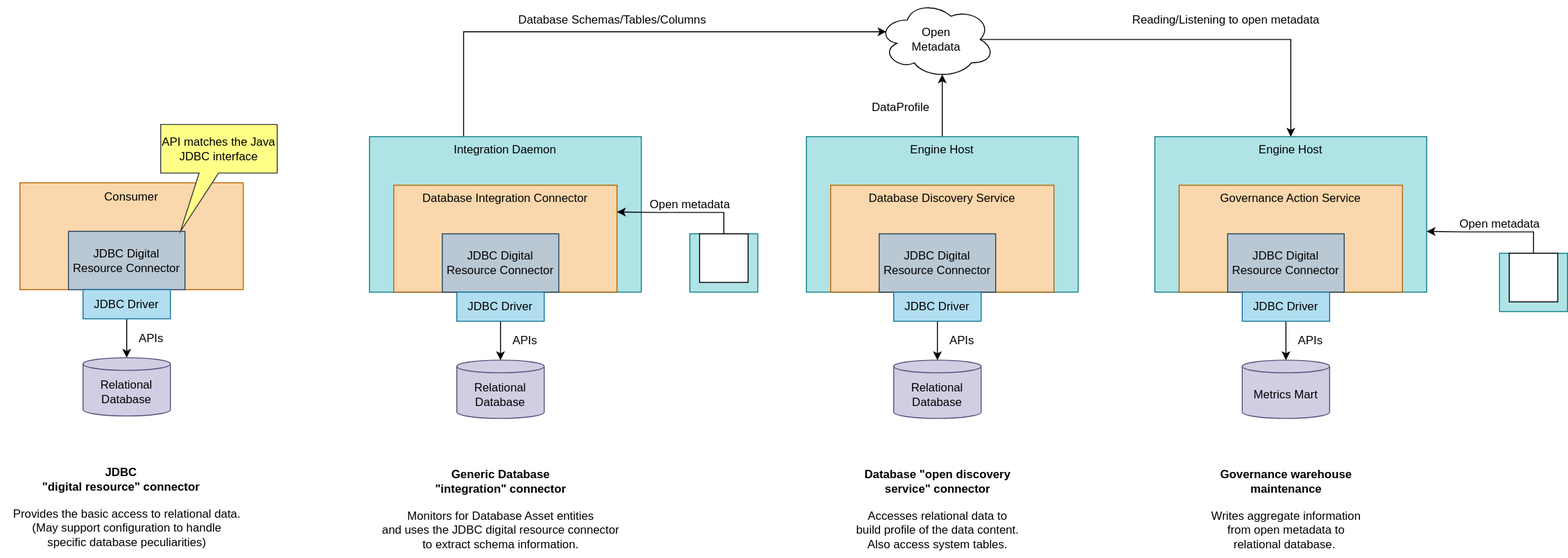
Earlier version of the draw.io export site/docs/connectors/jdbc-connectors.svg (odpi/egeria-docs). Source tidied: cells renumbered, new cells last; positions are measured from the earlier drawing's top-left corner, leaving out a move shared by most shapes. Source of this version:
```xml
<mxGraphModel>
  <root>
    <mxCell id="0" />
    <mxCell id="1" parent="0" />
    <mxCell id="2" style="edgeStyle=orthogonalEdgeStyle;rounded=0;jettySize=auto;html=1;entryX=0.07;entryY=0.4;entryDx=0;entryDy=0;entryPerimeter=0;" parent="1" edge="1" source="3" target="40">
      <mxGeometry relative="1" as="geometry">
        <Array as="points">
          <mxPoint x="477" y="32" />
        </Array>
      </mxGeometry>
    </mxCell>
    <mxCell id="3" value="Integration Daemon" style="rounded=0;whiteSpace=wrap;html=1;fillColor=#b0e3e6;strokeColor=#0e8088;verticalAlign=top;" parent="1" vertex="1">
      <mxGeometry x="380" y="140" width="280" height="160" as="geometry" />
    </mxCell>
    <mxCell id="4" value="Database Integration Connector" style="rounded=0;whiteSpace=wrap;html=1;verticalAlign=top;fillColor=#fad7ac;strokeColor=#b46504;" parent="1" vertex="1">
      <mxGeometry x="405" y="190" width="230" height="110" as="geometry" />
    </mxCell>
    <mxCell id="5" value="JDBC Digital Resource Connector" style="rounded=0;whiteSpace=wrap;html=1;fillColor=#bac8d3;strokeColor=#23445d;verticalAlign=middle;" parent="1" vertex="1">
      <mxGeometry x="455" y="240" width="120" height="60" as="geometry" />
    </mxCell>
    <mxCell id="6" value="Generic Database&lt;br&gt;&quot;integration&quot; connector" style="text;html=1;align=center;verticalAlign=middle;strokeColor=none;fillColor=none;fontStyle=1;" parent="1" vertex="1">
      <mxGeometry x="440" y="480" width="150" height="30" as="geometry" />
    </mxCell>
    <mxCell id="7" value="APIs" style="text;html=1;align=center;verticalAlign=middle;strokeColor=none;fillColor=none;" parent="1" vertex="1">
      <mxGeometry x="520" y="340" width="40" height="20" as="geometry" />
    </mxCell>
    <mxCell id="8" style="edgeStyle=orthogonalEdgeStyle;rounded=0;jettySize=auto;html=1;exitX=0.5;exitY=1;exitDx=0;exitDy=0;entryX=0.5;entryY=0;entryDx=0;entryDy=0;entryPerimeter=0;" parent="1" edge="1" source="9" target="10">
      <mxGeometry relative="1" as="geometry" />
    </mxCell>
    <mxCell id="9" value="JDBC Driver" style="rounded=0;whiteSpace=wrap;html=1;fillColor=#b1ddf0;strokeColor=#10739e;" parent="1" vertex="1">
      <mxGeometry x="470" y="300" width="90" height="30" as="geometry" />
    </mxCell>
    <mxCell id="10" value="Relational&lt;br&gt;Database" style="shape=cylinder3;whiteSpace=wrap;html=1;boundedLbl=1;backgroundOutline=1;size=6.5;fillColor=#d0cee2;strokeColor=#56517e;" parent="1" vertex="1">
      <mxGeometry x="470" y="370" width="90" height="60" as="geometry" />
    </mxCell>
    <mxCell id="11" style="edgeStyle=orthogonalEdgeStyle;rounded=0;jettySize=auto;html=1;entryX=1;entryY=0.25;entryDx=0;entryDy=0;" parent="1" edge="1" source="12" target="4">
      <mxGeometry relative="1" as="geometry">
        <Array as="points">
          <mxPoint x="745" y="218" />
          <mxPoint x="673" y="218" />
        </Array>
      </mxGeometry>
    </mxCell>
    <mxCell id="12" style="rounded=0;whiteSpace=wrap;html=1;fillColor=#b0e3e6;strokeColor=#0e8088;" parent="1" vertex="1">
      <mxGeometry x="710" y="240" width="70" height="60" as="geometry" />
    </mxCell>
    <mxCell id="13" style="rounded=0;whiteSpace=wrap;html=1;" parent="1" vertex="1">
      <mxGeometry x="720" y="240" width="50" height="50" as="geometry" />
    </mxCell>
    <mxCell id="14" value="Monitors for Database Asset entities&lt;br&gt;and uses the JDBC digital resource connector&lt;br&gt;to extract schema information." style="text;html=1;align=center;verticalAlign=middle;strokeColor=none;fillColor=none;" parent="1" vertex="1">
      <mxGeometry x="385" y="520" width="260" height="50" as="geometry" />
    </mxCell>
    <mxCell id="15" value="Open metadata" style="text;html=1;align=center;verticalAlign=middle;strokeColor=none;fillColor=none;" parent="1" vertex="1">
      <mxGeometry x="660" y="200" width="100" height="20" as="geometry" />
    </mxCell>
    <mxCell id="16" style="edgeStyle=orthogonalEdgeStyle;rounded=0;jettySize=auto;html=1;entryX=0.55;entryY=0.95;entryDx=0;entryDy=0;entryPerimeter=0;" parent="1" edge="1" source="17" target="40">
      <mxGeometry relative="1" as="geometry" />
    </mxCell>
    <mxCell id="17" value="Engine Host" style="rounded=0;whiteSpace=wrap;html=1;fillColor=#b0e3e6;strokeColor=#0e8088;verticalAlign=top;" parent="1" vertex="1">
      <mxGeometry x="830" y="140" width="280" height="160" as="geometry" />
    </mxCell>
    <mxCell id="18" value="Database Discovery Service" style="rounded=0;whiteSpace=wrap;html=1;verticalAlign=top;fillColor=#fad7ac;strokeColor=#b46504;" parent="1" vertex="1">
      <mxGeometry x="855" y="190" width="230" height="110" as="geometry" />
    </mxCell>
    <mxCell id="19" value="JDBC Digital Resource Connector" style="rounded=0;whiteSpace=wrap;html=1;fillColor=#bac8d3;strokeColor=#23445d;verticalAlign=middle;" parent="1" vertex="1">
      <mxGeometry x="905" y="240" width="120" height="60" as="geometry" />
    </mxCell>
    <mxCell id="20" value="Database &quot;open discovery&lt;br&gt;service&quot; connector" style="text;html=1;align=center;verticalAlign=middle;strokeColor=none;fillColor=none;fontStyle=1;" parent="1" vertex="1">
      <mxGeometry x="880" y="480" width="170" height="30" as="geometry" />
    </mxCell>
    <mxCell id="21" value="APIs" style="text;html=1;align=center;verticalAlign=middle;strokeColor=none;fillColor=none;" parent="1" vertex="1">
      <mxGeometry x="970" y="340" width="40" height="20" as="geometry" />
    </mxCell>
    <mxCell id="22" style="edgeStyle=orthogonalEdgeStyle;rounded=0;jettySize=auto;html=1;exitX=0.5;exitY=1;exitDx=0;exitDy=0;entryX=0.5;entryY=0;entryDx=0;entryDy=0;entryPerimeter=0;" parent="1" edge="1" source="23" target="24">
      <mxGeometry relative="1" as="geometry" />
    </mxCell>
    <mxCell id="23" value="JDBC Driver" style="rounded=0;whiteSpace=wrap;html=1;fillColor=#b1ddf0;strokeColor=#10739e;" parent="1" vertex="1">
      <mxGeometry x="920" y="300" width="90" height="30" as="geometry" />
    </mxCell>
    <mxCell id="24" value="Relational&lt;br&gt;Database" style="shape=cylinder3;whiteSpace=wrap;html=1;boundedLbl=1;backgroundOutline=1;size=6.5;fillColor=#d0cee2;strokeColor=#56517e;" parent="1" vertex="1">
      <mxGeometry x="920" y="370" width="90" height="60" as="geometry" />
    </mxCell>
    <mxCell id="25" value="Accesses relational data to&lt;br&gt;build profile of the data content.&lt;br&gt;Also access system tables." style="text;html=1;align=center;verticalAlign=middle;strokeColor=none;fillColor=none;" parent="1" vertex="1">
      <mxGeometry x="875" y="520" width="180" height="50" as="geometry" />
    </mxCell>
    <mxCell id="26" value="Engine Host" style="rounded=0;whiteSpace=wrap;html=1;fillColor=#b0e3e6;strokeColor=#0e8088;verticalAlign=top;" parent="1" vertex="1">
      <mxGeometry x="1189" y="140" width="280" height="160" as="geometry" />
    </mxCell>
    <mxCell id="27" value="Governance Action Service" style="rounded=0;whiteSpace=wrap;html=1;verticalAlign=top;fillColor=#fad7ac;strokeColor=#b46504;" parent="1" vertex="1">
      <mxGeometry x="1214" y="190" width="230" height="110" as="geometry" />
    </mxCell>
    <mxCell id="28" value="JDBC Digital Resource Connector" style="rounded=0;whiteSpace=wrap;html=1;fillColor=#bac8d3;strokeColor=#23445d;verticalAlign=middle;" parent="1" vertex="1">
      <mxGeometry x="1264" y="240" width="120" height="60" as="geometry" />
    </mxCell>
    <mxCell id="29" value="Governance warehouse&lt;br&gt;maintenance" style="text;html=1;align=center;verticalAlign=middle;strokeColor=none;fillColor=none;fontStyle=1;" parent="1" vertex="1">
      <mxGeometry x="1249" y="480" width="150" height="30" as="geometry" />
    </mxCell>
    <mxCell id="30" value="APIs" style="text;html=1;align=center;verticalAlign=middle;strokeColor=none;fillColor=none;" parent="1" vertex="1">
      <mxGeometry x="1329" y="340" width="40" height="20" as="geometry" />
    </mxCell>
    <mxCell id="31" style="edgeStyle=orthogonalEdgeStyle;rounded=0;jettySize=auto;html=1;exitX=0.5;exitY=1;exitDx=0;exitDy=0;entryX=0.5;entryY=0;entryDx=0;entryDy=0;entryPerimeter=0;" parent="1" edge="1" source="32" target="33">
      <mxGeometry relative="1" as="geometry" />
    </mxCell>
    <mxCell id="32" value="JDBC Driver" style="rounded=0;whiteSpace=wrap;html=1;fillColor=#b1ddf0;strokeColor=#10739e;" parent="1" vertex="1">
      <mxGeometry x="1279" y="300" width="90" height="30" as="geometry" />
    </mxCell>
    <mxCell id="33" value="Metrics Mart" style="shape=cylinder3;whiteSpace=wrap;html=1;boundedLbl=1;backgroundOutline=1;size=6.5;fillColor=#d0cee2;strokeColor=#56517e;" parent="1" vertex="1">
      <mxGeometry x="1279" y="370" width="90" height="60" as="geometry" />
    </mxCell>
    <mxCell id="34" value="Writes aggregate information&lt;br&gt;from open metadata to&lt;br&gt;relational database.&amp;nbsp;" style="text;html=1;align=center;verticalAlign=middle;strokeColor=none;fillColor=none;" parent="1" vertex="1">
      <mxGeometry x="1239" y="520" width="170" height="50" as="geometry" />
    </mxCell>
    <mxCell id="35" style="edgeStyle=orthogonalEdgeStyle;rounded=0;jettySize=auto;html=1;entryX=1;entryY=0.25;entryDx=0;entryDy=0;" parent="1" edge="1" source="36">
      <mxGeometry relative="1" as="geometry">
        <mxPoint x="1469" y="237.5" as="targetPoint" />
        <Array as="points">
          <mxPoint x="1579" y="238" />
          <mxPoint x="1507" y="238" />
        </Array>
      </mxGeometry>
    </mxCell>
    <mxCell id="36" style="rounded=0;whiteSpace=wrap;html=1;fillColor=#b0e3e6;strokeColor=#0e8088;" parent="1" vertex="1">
      <mxGeometry x="1544" y="260" width="70" height="60" as="geometry" />
    </mxCell>
    <mxCell id="37" style="rounded=0;whiteSpace=wrap;html=1;" parent="1" vertex="1">
      <mxGeometry x="1554" y="260" width="50" height="50" as="geometry" />
    </mxCell>
    <mxCell id="38" value="Open metadata" style="text;html=1;align=center;verticalAlign=middle;strokeColor=none;fillColor=none;" parent="1" vertex="1">
      <mxGeometry x="1494" y="220" width="100" height="20" as="geometry" />
    </mxCell>
    <mxCell id="39" style="edgeStyle=orthogonalEdgeStyle;rounded=0;jettySize=auto;html=1;exitX=0.875;exitY=0.5;exitDx=0;exitDy=0;exitPerimeter=0;" parent="1" edge="1" source="40" target="26">
      <mxGeometry relative="1" as="geometry" />
    </mxCell>
    <mxCell id="40" value="Open&lt;br&gt;Metadata" style="ellipse;shape=cloud;whiteSpace=wrap;html=1;" parent="1" vertex="1">
      <mxGeometry x="904" width="120" height="80" as="geometry" />
    </mxCell>
    <mxCell id="41" value="Database Schemas/Tables/Columns" style="text;html=1;align=center;verticalAlign=middle;strokeColor=none;fillColor=none;" parent="1" vertex="1">
      <mxGeometry x="525" y="10" width="210" height="20" as="geometry" />
    </mxCell>
    <mxCell id="42" value="DataProfile" style="text;html=1;align=center;verticalAlign=middle;strokeColor=none;fillColor=none;" parent="1" vertex="1">
      <mxGeometry x="892" y="100" width="70" height="20" as="geometry" />
    </mxCell>
    <mxCell id="43" value="Reading/Listening to open metadata" style="text;html=1;align=center;verticalAlign=middle;strokeColor=none;fillColor=none;" parent="1" vertex="1">
      <mxGeometry x="1157" y="10" width="210" height="20" as="geometry" />
    </mxCell>
    <mxCell id="44" value="Consumer" style="rounded=0;whiteSpace=wrap;html=1;verticalAlign=top;fillColor=#fad7ac;strokeColor=#b46504;" parent="1" vertex="1">
      <mxGeometry x="20" y="187.5" width="230" height="110" as="geometry" />
    </mxCell>
    <mxCell id="45" value="JDBC Digital Resource Connector" style="rounded=0;whiteSpace=wrap;html=1;fillColor=#bac8d3;strokeColor=#23445d;verticalAlign=middle;" parent="1" vertex="1">
      <mxGeometry x="70" y="237.5" width="120" height="60" as="geometry" />
    </mxCell>
    <mxCell id="46" value="JDBC&lt;br&gt;&quot;digital resource&quot; connector" style="text;html=1;align=center;verticalAlign=middle;strokeColor=none;fillColor=none;fontStyle=1;" parent="1" vertex="1">
      <mxGeometry x="33.5" y="477.5" width="180" height="30" as="geometry" />
    </mxCell>
    <mxCell id="47" value="APIs" style="text;html=1;align=center;verticalAlign=middle;strokeColor=none;fillColor=none;" parent="1" vertex="1">
      <mxGeometry x="135" y="337.5" width="40" height="20" as="geometry" />
    </mxCell>
    <mxCell id="48" style="edgeStyle=orthogonalEdgeStyle;rounded=0;jettySize=auto;html=1;exitX=0.5;exitY=1;exitDx=0;exitDy=0;entryX=0.5;entryY=0;entryDx=0;entryDy=0;entryPerimeter=0;" parent="1" edge="1" source="49" target="51">
      <mxGeometry relative="1" as="geometry" />
    </mxCell>
    <mxCell id="49" value="JDBC Driver" style="rounded=0;whiteSpace=wrap;html=1;fillColor=#b1ddf0;strokeColor=#10739e;" parent="1" vertex="1">
      <mxGeometry x="85" y="297.5" width="90" height="30" as="geometry" />
    </mxCell>
    <mxCell id="50" value="API matches the Java JDBC interface" style="shape=callout;whiteSpace=wrap;html=1;perimeter=calloutPerimeter;position2=0.17;size=60;position=0.33;fillColor=#ffff88;strokeColor=#36393d;" parent="1" vertex="1">
      <mxGeometry x="165" y="127.5" width="120" height="110" as="geometry" />
    </mxCell>
    <mxCell id="51" value="Relational&lt;br&gt;Database" style="shape=cylinder3;whiteSpace=wrap;html=1;boundedLbl=1;backgroundOutline=1;size=6.5;fillColor=#d0cee2;strokeColor=#56517e;" parent="1" vertex="1">
      <mxGeometry x="85" y="367.5" width="90" height="60" as="geometry" />
    </mxCell>
    <mxCell id="52" value="Provides the basic access to relational data.&lt;br&gt;(May support configuration to handle&lt;br&gt;specific database peculiarities)" style="text;html=1;align=center;verticalAlign=middle;strokeColor=none;fillColor=none;" parent="1" vertex="1">
      <mxGeometry y="512.5" width="260" height="60" as="geometry" />
    </mxCell>
  </root>
</mxGraphModel>
```
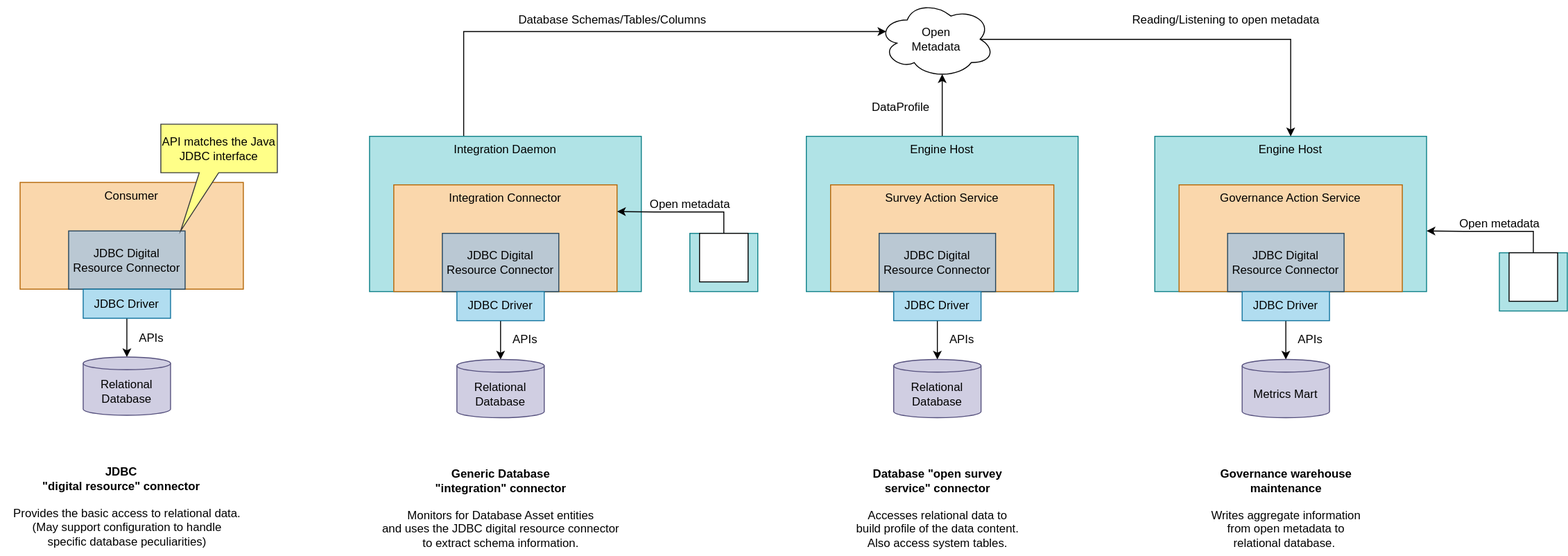
Later version of the same file.

What changed in the source:
```diff
@@ -12,7 +12,7 @@
     <mxCell id="3" value="Integration Daemon" style="rounded=0;whiteSpace=wrap;html=1;fillColor=#b0e3e6;strokeColor=#0e8088;verticalAlign=top;" parent="1" vertex="1">
       <mxGeometry x="380" y="140" width="280" height="160" as="geometry" />
     </mxCell>
-    <mxCell id="4" value="Database Integration Connector" style="rounded=0;whiteSpace=wrap;html=1;verticalAlign=top;fillColor=#fad7ac;strokeColor=#b46504;" parent="1" vertex="1">
+    <mxCell id="4" value="Integration Connector" style="rounded=0;whiteSpace=wrap;html=1;verticalAlign=top;fillColor=#fad7ac;strokeColor=#b46504;" parent="1" vertex="1">
       <mxGeometry x="405" y="190" width="230" height="110" as="geometry" />
     </mxCell>
     <mxCell id="5" value="JDBC Digital Resource Connector" style="rounded=0;whiteSpace=wrap;html=1;fillColor=#bac8d3;strokeColor=#23445d;verticalAlign=middle;" parent="1" vertex="1">
@@ -59,14 +59,14 @@
     <mxCell id="17" value="Engine Host" style="rounded=0;whiteSpace=wrap;html=1;fillColor=#b0e3e6;strokeColor=#0e8088;verticalAlign=top;" parent="1" vertex="1">
       <mxGeometry x="830" y="140" width="280" height="160" as="geometry" />
     </mxCell>
-    <mxCell id="18" value="Database Discovery Service" style="rounded=0;whiteSpace=wrap;html=1;verticalAlign=top;fillColor=#fad7ac;strokeColor=#b46504;" parent="1" vertex="1">
+    <mxCell id="18" value="Survey Action Service" style="rounded=0;whiteSpace=wrap;html=1;verticalAlign=top;fillColor=#fad7ac;strokeColor=#b46504;" parent="1" vertex="1">
       <mxGeometry x="855" y="190" width="230" height="110" as="geometry" />
     </mxCell>
     <mxCell id="19" value="JDBC Digital Resource Connector" style="rounded=0;whiteSpace=wrap;html=1;fillColor=#bac8d3;strokeColor=#23445d;verticalAlign=middle;" parent="1" vertex="1">
       <mxGeometry x="905" y="240" width="120" height="60" as="geometry" />
     </mxCell>
-    <mxCell id="20" value="Database &quot;open discovery&lt;br&gt;service&quot; connector" style="text;html=1;align=center;verticalAlign=middle;strokeColor=none;fillColor=none;fontStyle=1;" parent="1" vertex="1">
-      <mxGeometry x="880" y="480" width="170" height="30" as="geometry" />
+    <mxCell id="20" value="Database &quot;open survey&lt;br&gt;service&quot; connector" style="text;html=1;align=center;verticalAlign=middle;strokeColor=none;fillColor=none;fontStyle=1;" parent="1" vertex="1">
+      <mxGeometry x="890" y="475" width="150" height="40" as="geometry" />
     </mxCell>
     <mxCell id="21" value="APIs" style="text;html=1;align=center;verticalAlign=middle;strokeColor=none;fillColor=none;" parent="1" vertex="1">
       <mxGeometry x="970" y="340" width="40" height="20" as="geometry" />
```
